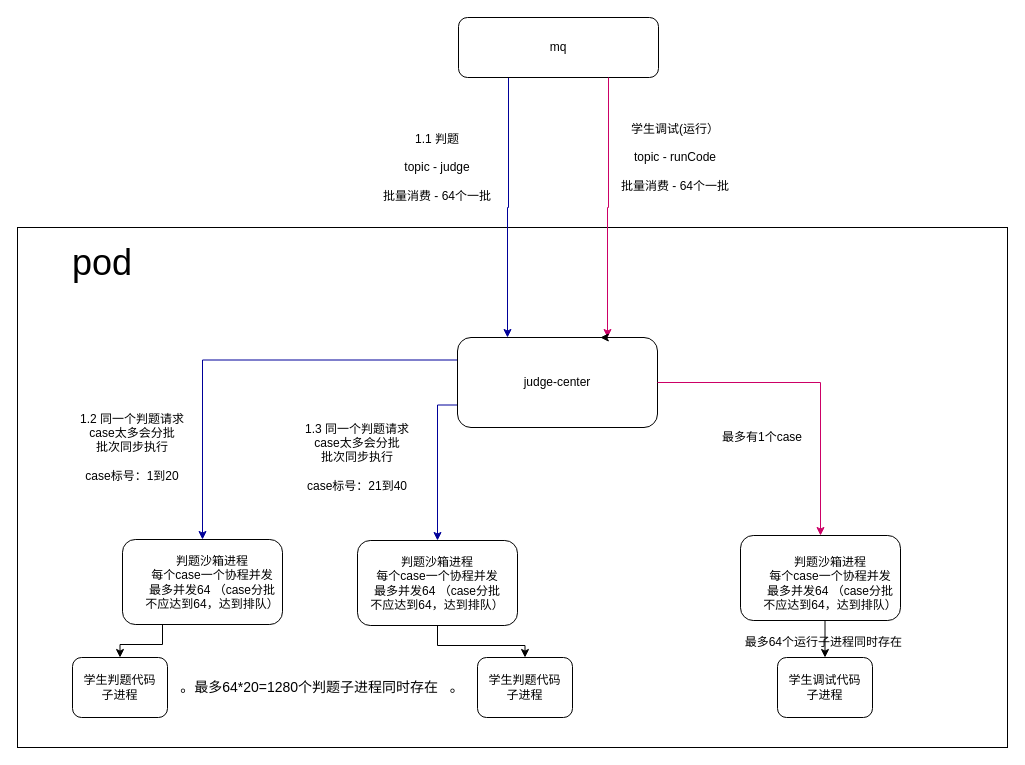
Before: 判题并发梳理.drawio in xiell2016/hetaoDesign, a draw.io diagram. Source tidied: cells renumbered, new cells numbered last; positions are measured from the earlier drawing's top-left corner, leaving out a move shared by most shapes. Both pictures are drawn from the tidied source at 100%, with x=0, y=0 at pixel (17, 17).
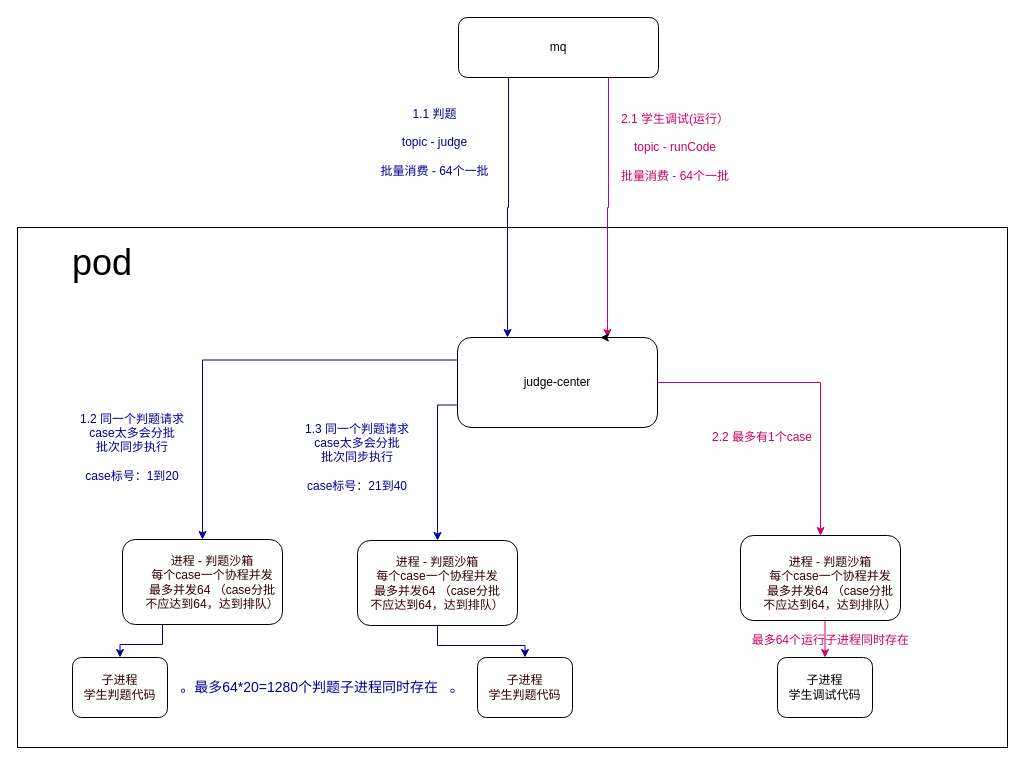
The same diagram, later.

Commit message:
更新判题并发梳理.drawio

Unchanged cells that the change refers to:
```xml
<mxCell id="10" style="rounded=1;whiteSpace=wrap;html=1;" parent="1" vertex="1">
  <mxGeometry x="105" y="522" width="160" height="85" as="geometry" />
</mxCell>
<mxCell id="12" style="rounded=1;whiteSpace=wrap;html=1;" parent="1" vertex="1">
  <mxGeometry x="340" y="523" width="160" height="85" as="geometry" />
</mxCell>
<mxCell id="18" style="rounded=1;whiteSpace=wrap;html=1;" parent="1" vertex="1">
  <mxGeometry x="723" y="518" width="160" height="85" as="geometry" />
</mxCell>
```

Diff of the diagram source:
```diff
@@
-    <mxCell id="8" value="&lt;div&gt;1.1 判题&lt;/div&gt;&lt;div&gt;&lt;br&gt;&lt;/div&gt;&lt;div&gt;topic - judge&lt;/div&gt;&lt;div&gt;&lt;br&gt;&lt;/div&gt;批量消费 - 64个一批" style="text;html=1;align=center;verticalAlign=middle;whiteSpace=wrap;rounded=0;" parent="1" vertex="1">
-      <mxGeometry x="355" y="130" width="130" height="40" as="geometry" />
-    </mxCell>
-    <mxCell id="9" style="edgeStyle=orthogonalEdgeStyle;rounded=0;jettySize=auto;html=1;exitX=0.25;exitY=1;exitDx=0;exitDy=0;entryX=0.5;entryY=0;entryDx=0;entryDy=0;fontFamily=Helvetica;fontSize=12;fontColor=default;" parent="1" edge="1" source="10" target="24">
+    <mxCell id="9" style="edgeStyle=orthogonalEdgeStyle;rounded=0;jettySize=auto;html=1;exitX=0.25;exitY=1;exitDx=0;exitDy=0;entryX=0.5;entryY=0;entryDx=0;entryDy=0;fontFamily=Helvetica;fontSize=12;fontColor=default;strokeColor=#000099;" parent="1" edge="1" source="10" target="24">
       <mxGeometry relative="1" as="geometry" />
     </mxCell>
@@
-    <mxCell id="11" style="edgeStyle=orthogonalEdgeStyle;rounded=0;jettySize=auto;html=1;exitX=0.5;exitY=1;exitDx=0;exitDy=0;entryX=0.5;entryY=0;entryDx=0;entryDy=0;fontFamily=Helvetica;fontSize=12;fontColor=default;" parent="1" edge="1" source="12" target="25">
+    <mxCell id="11" style="edgeStyle=orthogonalEdgeStyle;rounded=0;jettySize=auto;html=1;exitX=0.5;exitY=1;exitDx=0;exitDy=0;entryX=0.5;entryY=0;entryDx=0;entryDy=0;fontFamily=Helvetica;fontSize=12;fontColor=default;strokeColor=#000099;" parent="1" edge="1" source="12" target="25">
       <mxGeometry relative="1" as="geometry" />
     </mxCell>
@@
-    <mxCell id="13" value="&lt;div&gt;1.2 同一个判题请求&lt;/div&gt;&lt;div&gt;&lt;span style=&quot;background-color: initial;&quot;&gt;case太多会分批&lt;/span&gt;&lt;/div&gt;&lt;div&gt;&lt;span style=&quot;background-color: initial;&quot;&gt;批次同步执行&lt;br&gt;&lt;br&gt;&lt;/span&gt;&lt;/div&gt;case标号：1到20" style="text;html=1;align=center;verticalAlign=middle;whiteSpace=wrap;rounded=0;" parent="1" vertex="1">
+    <mxCell id="13" value="&lt;div&gt;&lt;font color=&quot;#000099&quot;&gt;1.2 同一个判题请求&lt;/font&gt;&lt;/div&gt;&lt;div&gt;&lt;span style=&quot;background-color: initial;&quot;&gt;&lt;font color=&quot;#000099&quot;&gt;case太多会分批&lt;/font&gt;&lt;/span&gt;&lt;/div&gt;&lt;div&gt;&lt;span style=&quot;background-color: initial;&quot;&gt;&lt;font color=&quot;#000099&quot;&gt;批次同步执行&lt;br&gt;&lt;br&gt;&lt;/font&gt;&lt;/span&gt;&lt;/div&gt;&lt;font color=&quot;#000099&quot;&gt;case标号：1到20&lt;/font&gt;" style="text;html=1;align=center;verticalAlign=middle;whiteSpace=wrap;rounded=0;" parent="1" vertex="1">
       <mxGeometry x="40" y="400" width="150" height="60" as="geometry" />
     </mxCell>
@@
-    <mxCell id="16" value="&lt;div&gt;学生调试(运行）&lt;/div&gt;&lt;div&gt;&lt;br&gt;&lt;/div&gt;&lt;div&gt;topic - runCode&lt;/div&gt;&lt;div&gt;&lt;br&gt;&lt;/div&gt;批量消费 - 64个一批" style="text;html=1;align=center;verticalAlign=middle;whiteSpace=wrap;rounded=0;" parent="1" vertex="1">
-      <mxGeometry x="593" y="120" width="130" height="40" as="geometry" />
+    <mxCell id="16" value="&lt;div&gt;&lt;font color=&quot;#cc0066&quot;&gt;2.1 学生调试(运行）&lt;/font&gt;&lt;/div&gt;&lt;div&gt;&lt;font color=&quot;#cc0066&quot;&gt;&lt;br&gt;&lt;/font&gt;&lt;/div&gt;&lt;div&gt;&lt;font color=&quot;#cc0066&quot;&gt;topic - runCode&lt;/font&gt;&lt;/div&gt;&lt;div&gt;&lt;font color=&quot;#cc0066&quot;&gt;&lt;br&gt;&lt;/font&gt;&lt;/div&gt;&lt;font color=&quot;#cc0066&quot;&gt;批量消费 - 64个一批&lt;/font&gt;" style="text;html=1;align=center;verticalAlign=middle;whiteSpace=wrap;rounded=0;" parent="1" vertex="1">
+      <mxGeometry x="593" y="90" width="130" height="80" as="geometry" />
     </mxCell>
-    <mxCell id="17" style="edgeStyle=orthogonalEdgeStyle;rounded=0;jettySize=auto;html=1;exitX=0.5;exitY=1;exitDx=0;exitDy=0;entryX=0.5;entryY=0;entryDx=0;entryDy=0;fontFamily=Helvetica;fontSize=12;fontColor=default;" parent="1" edge="1" source="18" target="27">
+    <mxCell id="17" style="edgeStyle=orthogonalEdgeStyle;rounded=0;jettySize=auto;html=1;exitX=0.5;exitY=1;exitDx=0;exitDy=0;entryX=0.5;entryY=0;entryDx=0;entryDy=0;fontFamily=Helvetica;fontSize=12;fontColor=default;strokeColor=#CC0066;" parent="1" edge="1" source="18" target="27">
       <mxGeometry relative="1" as="geometry" />
     </mxCell>
@@
-    <mxCell id="19" value="最多有1个case&lt;div&gt;&lt;/div&gt;" style="text;html=1;align=center;verticalAlign=middle;whiteSpace=wrap;rounded=0;" parent="1" vertex="1">
+    <mxCell id="19" value="&lt;font color=&quot;#cc0066&quot;&gt;2.2 最多有1个case&lt;/font&gt;&lt;div&gt;&lt;/div&gt;" style="text;html=1;align=center;verticalAlign=middle;whiteSpace=wrap;rounded=0;" parent="1" vertex="1">
       <mxGeometry x="670" y="400" width="150" height="40" as="geometry" />
     </mxCell>
-    <mxCell id="20" value="&lt;div&gt;1.3 同一个判题请求&lt;/div&gt;&lt;div&gt;&lt;span style=&quot;background-color: initial;&quot;&gt;case太多会分批&lt;/span&gt;&lt;/div&gt;&lt;div&gt;批次同步执行&lt;br&gt;&lt;/div&gt;&lt;div&gt;&lt;br&gt;&lt;/div&gt;case标号：21到40" style="text;html=1;align=center;verticalAlign=middle;whiteSpace=wrap;rounded=0;" parent="1" vertex="1">
+    <mxCell id="20" value="&lt;div&gt;&lt;font color=&quot;#000099&quot;&gt;1.3 同一个判题请求&lt;/font&gt;&lt;/div&gt;&lt;div&gt;&lt;span style=&quot;background-color: initial;&quot;&gt;&lt;font color=&quot;#000099&quot;&gt;case太多会分批&lt;/font&gt;&lt;/span&gt;&lt;/div&gt;&lt;div&gt;&lt;font color=&quot;#000099&quot;&gt;批次同步执行&lt;br&gt;&lt;/font&gt;&lt;/div&gt;&lt;div&gt;&lt;font color=&quot;#000099&quot;&gt;&lt;br&gt;&lt;/font&gt;&lt;/div&gt;&lt;font color=&quot;#000099&quot;&gt;case标号：21到40&lt;/font&gt;" style="text;html=1;align=center;verticalAlign=middle;whiteSpace=wrap;rounded=0;" parent="1" vertex="1">
       <mxGeometry x="265" y="420" width="150" height="40" as="geometry" />
     </mxCell>
@@
-    <mxCell id="23" value="判题沙箱进程&lt;div&gt;每个case一个协程并发&lt;div&gt;最多并发64&lt;span style=&quot;background-color: initial;&quot;&gt;&amp;nbsp;（case分批不应达到64，达到排队）&lt;/span&gt;&lt;/div&gt;&lt;/div&gt;" style="text;html=1;align=center;verticalAlign=middle;whiteSpace=wrap;rounded=0;" parent="1" vertex="1">
+    <mxCell id="23" value="&lt;font color=&quot;#330000&quot;&gt;进程 - 判题沙箱&lt;/font&gt;&lt;div&gt;&lt;font color=&quot;#330000&quot;&gt;每个case一个协程并发&lt;/font&gt;&lt;div&gt;&lt;font color=&quot;#330000&quot;&gt;最多并发64&lt;span style=&quot;background-color: initial;&quot;&gt;&amp;nbsp;（case分批不应达到64，达到排队）&lt;/span&gt;&lt;/font&gt;&lt;/div&gt;&lt;/div&gt;" style="text;html=1;align=center;verticalAlign=middle;whiteSpace=wrap;rounded=0;" parent="1" vertex="1">
       <mxGeometry x="125" y="537" width="140" height="55" as="geometry" />
     </mxCell>
-    <mxCell id="24" value="&lt;div&gt;学生判题代码&lt;/div&gt;子进程" style="rounded=1;whiteSpace=wrap;html=1;strokeColor=default;align=center;verticalAlign=middle;fontFamily=Helvetica;fontSize=12;fontColor=default;fillColor=default;" parent="1" vertex="1">
+    <mxCell id="24" value="&lt;div&gt;&lt;font color=&quot;#330000&quot;&gt;子进程&lt;/font&gt;&lt;/div&gt;&lt;div&gt;&lt;font color=&quot;#330000&quot;&gt;学生判题代码&lt;/font&gt;&lt;/div&gt;" style="rounded=1;whiteSpace=wrap;html=1;strokeColor=default;align=center;verticalAlign=middle;fontFamily=Helvetica;fontSize=12;fontColor=default;fillColor=default;" parent="1" vertex="1">
       <mxGeometry x="55" y="640" width="95" height="60" as="geometry" />
     </mxCell>
-    <mxCell id="25" value="&lt;div&gt;学生判题代码&lt;/div&gt;子进程" style="rounded=1;whiteSpace=wrap;html=1;strokeColor=default;align=center;verticalAlign=middle;fontFamily=Helvetica;fontSize=12;fontColor=default;fillColor=default;" parent="1" vertex="1">
+    <mxCell id="25" value="&lt;div&gt;&lt;font color=&quot;#330000&quot;&gt;子进程&lt;/font&gt;&lt;/div&gt;&lt;div&gt;&lt;font color=&quot;#330000&quot;&gt;学生判题代码&lt;/font&gt;&lt;/div&gt;" style="rounded=1;whiteSpace=wrap;html=1;strokeColor=default;align=center;verticalAlign=middle;fontFamily=Helvetica;fontSize=12;fontColor=default;fillColor=default;" parent="1" vertex="1">
       <mxGeometry x="460" y="640" width="95" height="60" as="geometry" />
     </mxCell>
-    <mxCell id="26" value="&lt;font style=&quot;font-size: 14px;&quot;&gt;。最多64*20=1280个判题子进程同时存在&amp;nbsp; &amp;nbsp;。&lt;/font&gt;" style="text;html=1;align=center;verticalAlign=middle;whiteSpace=wrap;rounded=0;fontFamily=Helvetica;fontSize=12;fontColor=default;" parent="1" vertex="1">
+    <mxCell id="26" value="&lt;font color=&quot;#000099&quot; style=&quot;font-size: 14px;&quot;&gt;。最多64*20=1280个判题子进程同时存在&amp;nbsp; &amp;nbsp;。&lt;/font&gt;" style="text;html=1;align=center;verticalAlign=middle;whiteSpace=wrap;rounded=0;fontFamily=Helvetica;fontSize=12;fontColor=default;" parent="1" vertex="1">
       <mxGeometry x="150" y="655" width="310" height="30" as="geometry" />
     </mxCell>
-    <mxCell id="27" value="&lt;div&gt;学生调试代码&lt;/div&gt;子进程" style="rounded=1;whiteSpace=wrap;html=1;strokeColor=default;align=center;verticalAlign=middle;fontFamily=Helvetica;fontSize=12;fontColor=default;fillColor=default;" parent="1" vertex="1">
+    <mxCell id="27" value="&lt;div&gt;子进程&lt;/div&gt;&lt;div&gt;学生调试代码&lt;/div&gt;" style="rounded=1;whiteSpace=wrap;html=1;strokeColor=default;align=center;verticalAlign=middle;fontFamily=Helvetica;fontSize=12;fontColor=default;fillColor=default;" parent="1" vertex="1">
       <mxGeometry x="760" y="640" width="95" height="60" as="geometry" />
     </mxCell>
-    <mxCell id="28" value="最多64个运行子进程同时存在&amp;nbsp;" style="text;html=1;align=center;verticalAlign=middle;whiteSpace=wrap;rounded=0;fontFamily=Helvetica;fontSize=12;fontColor=default;" parent="1" vertex="1">
-      <mxGeometry x="652.5" y="610" width="310" height="30" as="geometry" />
+    <mxCell id="28" value="&lt;font color=&quot;#cc0066&quot;&gt;最多64个运行子进程同时存在&amp;nbsp;&lt;/font&gt;" style="text;html=1;align=center;verticalAlign=middle;whiteSpace=wrap;rounded=0;fontFamily=Helvetica;fontSize=12;fontColor=default;" parent="1" vertex="1">
+      <mxGeometry x="660" y="608" width="310" height="30" as="geometry" />
     </mxCell>
-    <mxCell id="29" value="判题沙箱进程&lt;div&gt;每个case一个协程并发&lt;div&gt;最多并发64&lt;span style=&quot;background-color: initial;&quot;&gt;&amp;nbsp;（case分批不应达到64，达到排队）&lt;/span&gt;&lt;/div&gt;&lt;/div&gt;" style="text;html=1;align=center;verticalAlign=middle;whiteSpace=wrap;rounded=0;" parent="1" vertex="1">
+    <mxCell id="29" value="&lt;div&gt;&lt;font color=&quot;#330000&quot;&gt;进程 - 判题沙箱&lt;/font&gt;&lt;/div&gt;&lt;div&gt;&lt;font color=&quot;#330000&quot;&gt;每个case一个协程并发&lt;/font&gt;&lt;div&gt;&lt;font color=&quot;#330000&quot;&gt;最多并发64&lt;span style=&quot;background-color: initial;&quot;&gt;&amp;nbsp;（case分批不应达到64，达到排队）&lt;/span&gt;&lt;/font&gt;&lt;/div&gt;&lt;/div&gt;" style="text;html=1;align=center;verticalAlign=middle;whiteSpace=wrap;rounded=0;" parent="1" vertex="1">
       <mxGeometry x="350" y="538" width="140" height="55" as="geometry" />
     </mxCell>
-    <mxCell id="30" value="判题沙箱进程&lt;div&gt;每个case一个协程并发&lt;div&gt;最多并发64&lt;span style=&quot;background-color: initial;&quot;&gt;&amp;nbsp;（case分批不应达到64，达到排队）&lt;/span&gt;&lt;/div&gt;&lt;/div&gt;" style="text;html=1;align=center;verticalAlign=middle;whiteSpace=wrap;rounded=0;" parent="1" vertex="1">
+    <mxCell id="30" value="&lt;div&gt;&lt;font color=&quot;#330000&quot;&gt;进程 - 判题沙箱&lt;/font&gt;&lt;/div&gt;&lt;div&gt;&lt;font color=&quot;#330000&quot;&gt;每个case一个协程并发&lt;/font&gt;&lt;div&gt;&lt;font color=&quot;#330000&quot;&gt;最多并发64&lt;span style=&quot;background-color: initial;&quot;&gt;&amp;nbsp;（case分批不应达到64，达到排队）&lt;/span&gt;&lt;/font&gt;&lt;/div&gt;&lt;/div&gt;" style="text;html=1;align=center;verticalAlign=middle;whiteSpace=wrap;rounded=0;" parent="1" vertex="1">
       <mxGeometry x="743" y="538" width="140" height="55" as="geometry" />
     </mxCell>
+    <mxCell id="8" value="&lt;div&gt;&lt;font color=&quot;#000099&quot;&gt;1.1 判题&lt;/font&gt;&lt;/div&gt;&lt;div&gt;&lt;font color=&quot;#000099&quot;&gt;&lt;br&gt;&lt;/font&gt;&lt;/div&gt;&lt;div&gt;&lt;font color=&quot;#000099&quot;&gt;topic - judge&lt;/font&gt;&lt;/div&gt;&lt;div&gt;&lt;font color=&quot;#000099&quot;&gt;&lt;br&gt;&lt;/font&gt;&lt;/div&gt;&lt;font color=&quot;#000099&quot;&gt;批量消费 - 64个一批&lt;/font&gt;" style="text;html=1;align=center;verticalAlign=middle;whiteSpace=wrap;rounded=0;fontFamily=Helvetica;fontSize=12;fontColor=default;" parent="1" vertex="1">
+      <mxGeometry x="350" y="80" width="135" height="90" as="geometry" />
+    </mxCell>
```
